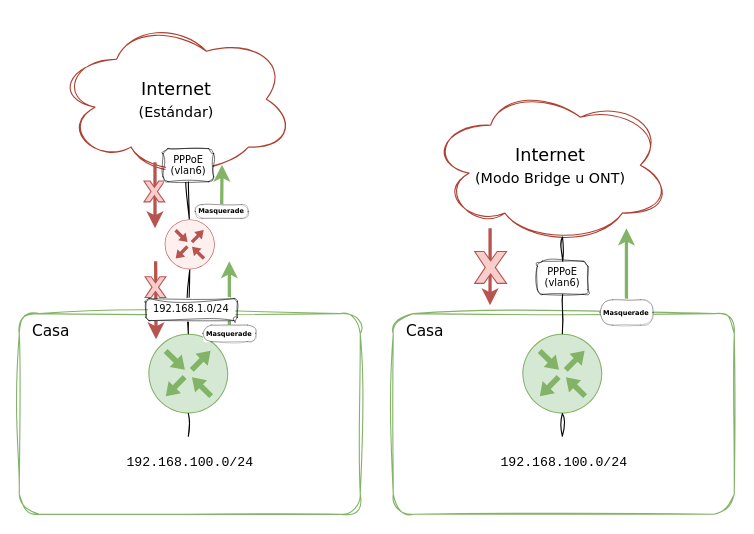
The draw.io diagram docs/assets/img/posts/2023-04-15-networking-avanzado-03.drawio in LuisPalacios/LuisPalacios.github.io, before the edit. Source tidied: cells renumbered, new cells numbered last; positions are measured from the earlier drawing's top-left corner, leaving out a move shared by most shapes. Both pictures are drawn from the tidied source at 110%, with x=0, y=0 at pixel (19, 19).
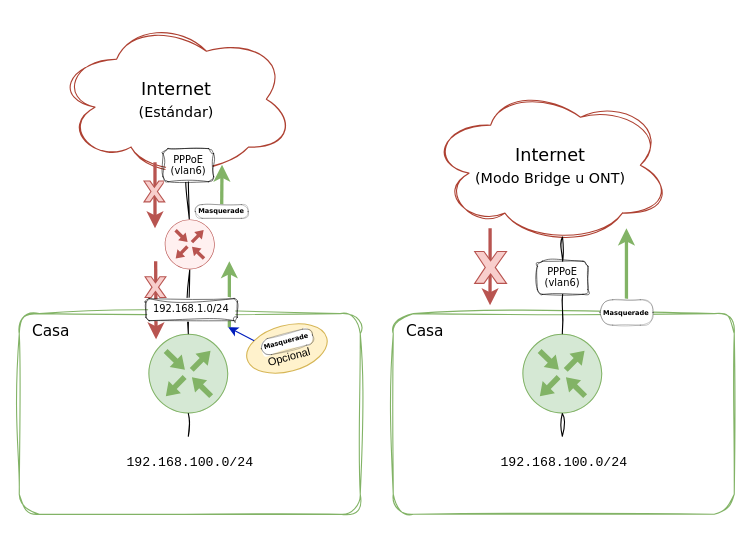
After the change.

Commit message (it also covers changes not shown here):
Corregido tema doble nat en networking avanzado

What changed in the source:
```diff
@@
-    <mxCell id="12" value="&lt;p style=&quot;line-height: 80%; font-size: 6px;&quot;&gt;&lt;b style=&quot;font-size: 6px;&quot;&gt;&lt;font style=&quot;font-size: 6px;&quot;&gt;Masquerade&lt;/font&gt;&lt;/b&gt;&lt;/p&gt;" style="rounded=1;whiteSpace=wrap;html=1;fontSize=6;sketch=1;curveFitting=1;jiggle=1;strokeWidth=0.2;shadow=0;fillStyle=auto;fontFamily=Verdana;arcSize=50;" parent="1" vertex="1">
-      <mxGeometry x="167" y="278" width="48.1" height="15" as="geometry" />
-    </mxCell>
@@
+    <mxCell id="32" value="&lt;font style=&quot;font-size: 10px;&quot;&gt;&lt;br&gt;Opcional&lt;/font&gt;" style="ellipse;whiteSpace=wrap;html=1;rotation=-15;fillColor=#fff2cc;strokeColor=#d6b656;" parent="1" vertex="1">
+      <mxGeometry x="205.9" y="278.4" width="74.9" height="41.9" as="geometry" />
+    </mxCell>
+    <mxCell id="33" style="endArrow=classic;html=1;rounded=0;exitX=0;exitY=0;exitDx=0;exitDy=0;fillColor=#0050ef;strokeColor=#001DBC;" parent="1" edge="1" source="32">
+      <mxGeometry relative="1" as="geometry">
+        <mxPoint x="190" y="280" as="targetPoint" />
+      </mxGeometry>
+    </mxCell>
+    <mxCell id="12" value="&lt;p style=&quot;line-height: 80%; font-size: 6px;&quot;&gt;&lt;b style=&quot;font-size: 6px;&quot;&gt;&lt;font style=&quot;font-size: 6px;&quot;&gt;Masquerade&lt;/font&gt;&lt;/b&gt;&lt;/p&gt;" style="rounded=1;whiteSpace=wrap;html=1;fontSize=6;sketch=1;curveFitting=1;jiggle=1;strokeWidth=0.2;shadow=0;fillStyle=auto;fontFamily=Verdana;arcSize=50;rotation=-15;" parent="1" vertex="1">
+      <mxGeometry x="219.3" y="285.8" width="48.1" height="15" as="geometry" />
+    </mxCell>
```
